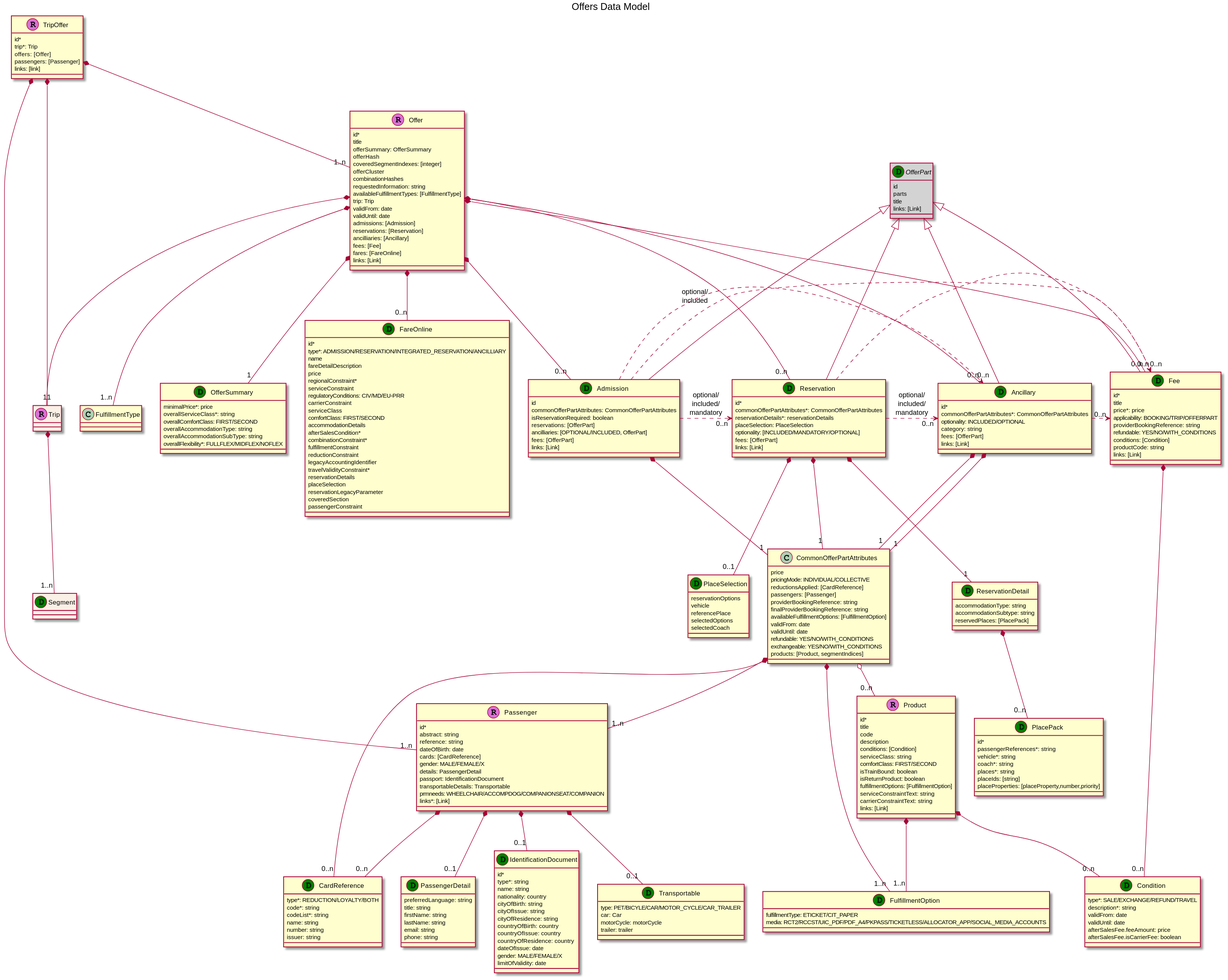
Above: images/models/offers-data-model.svg in UnionInternationalCheminsdeFer/OSDM (PlantUML), before the change.
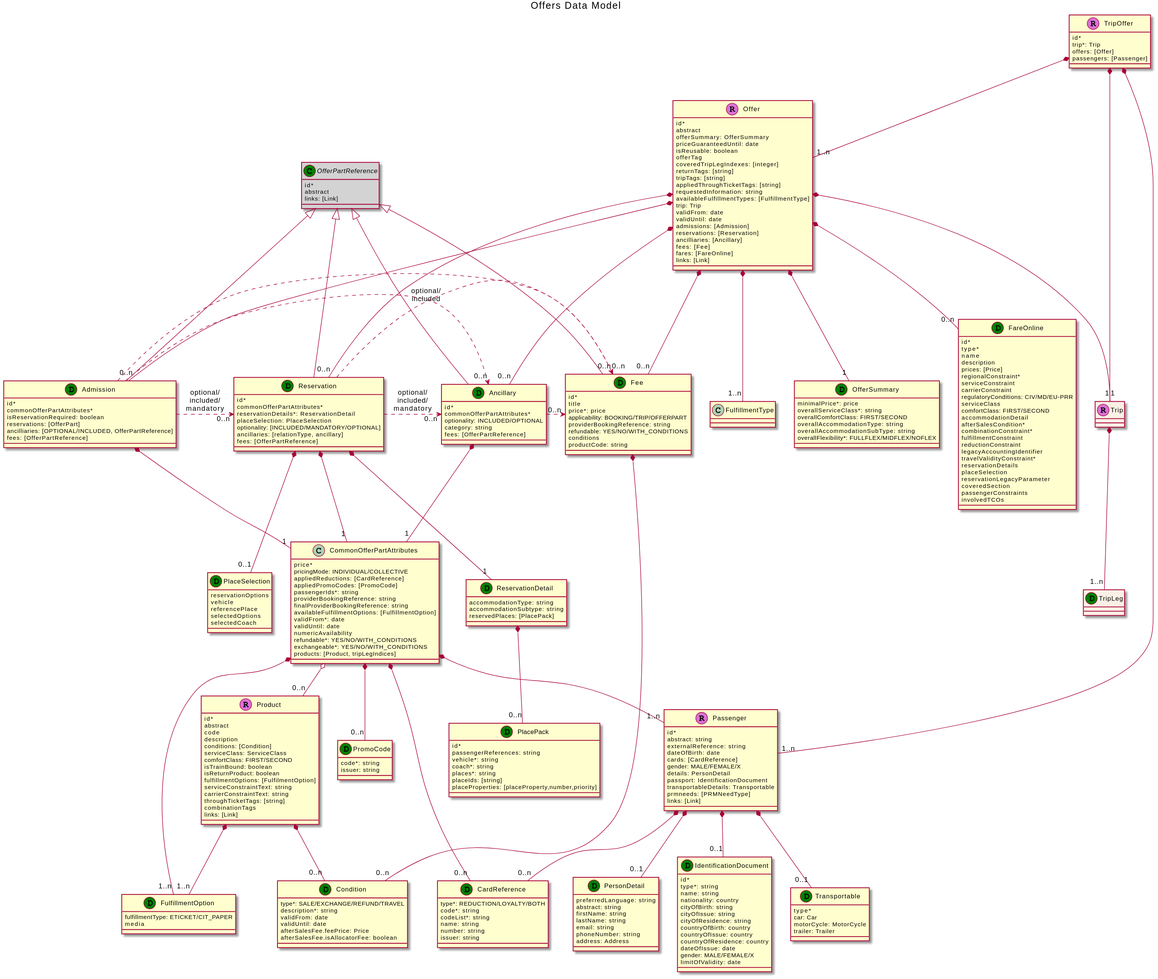
Later version of the same file.

Change to the diagram source:
```diff
@@ -4,17 +4,16 @@
 class Trip <<R,Orchid>> #linen {
 }
 
-Trip *-- "1..n" Segment
+Trip *-- "1..n" TripLeg
 
-class Segment <<D, Green>> #linen {
+class TripLeg <<D, Green>> #linen {
 }
 
 class TripOffer <<R,orchid>>  {
-id*
-trip*: Trip
-offers: [Offer]
-passengers: [Passenger]
-links: [link]
+  id*
+  trip*: Trip
+  offers: [Offer]
+  passengers: [Passenger]
 }
 
 TripOffer *-- "1..n" Offer
@@ -22,24 +21,27 @@
 TripOffer *-- "1" Trip
 
 class Offer <<R,orchid>> {
-id*
-title
-offerSummary: OfferSummary
-offerHash
-coveredSegmentIndexes: [integer]
-offerCluster
-combinationHashes
-requestedInformation: string
-availableFulfillmentTypes: [FulfillmentType]
-trip: Trip
-validFrom: date
-validUntil: date
-admissions: [Admission]
-reservations: [Reservation]
-ancilliaries: [Ancillary]
-fees: [Fee]
-fares: [FareOnline]
-links: [Link]
+  id*
+  abstract
+  offerSummary: OfferSummary
+  priceGuaranteedUntil: date
+  isReusable: boolean
+  offerTag
+  coveredTripLegIndexes: [integer]
+  returnTags: [string]
+  tripTags: [string]
+  appliedThroughTicketTags: [string]
+  requestedInformation: string
+  availableFulfillmentTypes: [FulfillmentType]
+  trip: Trip
+  validFrom: date
+  validUntil: date
+  admissions: [Admission]
+  reservations: [Reservation]
+  ancilliaries: [Ancillary]
+  fees: [Fee]
+  fares: [FareOnline]
+  links: [Link]
 }
 
 Offer *-- "0..n" Admission
@@ -60,60 +62,59 @@
   overallFlexibility*: FULLFLEX/MIDFLEX/NOFLEX
 }
 
-abstract class OfferPart <<D,green>> #lightgrey {
-id
-parts
-title
-links: [Link]
+abstract class OfferPartReference <<C,green>> #lightgrey {
+  id*
+  abstract
+  links: [Link]
 }
 
-OfferPart <|-- Admission
-OfferPart <|-- Reservation
-OfferPart <|-- Ancillary
-OfferPart <|-- Fee
+OfferPartReference <|-- Admission
+OfferPartReference <|-- Reservation
+OfferPartReference <|-- Ancillary
+OfferPartReference <|-- Fee
 
 class CommonOfferPartAttributes {
-  price
+  price*
   pricingMode: INDIVIDUAL/COLLECTIVE
-  reductionsApplied: [CardReference]
-  passengers: [Passenger]
+  appliedReductions: [CardReference]
+  appliedPromoCodes: [PromoCode]
+  passengerIds*: string
   providerBookingReference: string
   finalProviderBookingReference: string
   availableFulfillmentOptions: [FulfillmentOption]
-  validFrom: date
+  validFrom*: date
   validUntil: date
-  refundable: YES/NO/WITH_CONDITIONS
-  exchangeable: YES/NO/WITH_CONDITIONS
-  products: [Product, segmentIndices]
+  numericAvailability
+  refundable*: YES/NO/WITH_CONDITIONS
+  exchangeable*: YES/NO/WITH_CONDITIONS
+  products: [Product, tripLegIndices]
 }
 
 CommonOfferPartAttributes *-- "0..n" CardReference
+CommonOfferPartAttributes *-- "0..n" PromoCode
 CommonOfferPartAttributes *-- "1..n" Passenger
 CommonOfferPartAttributes *-- "1..n" FulfillmentOption
 CommonOfferPartAttributes o-- "0..n" Product
 
 class Ancillary <<D,green>> {
   id*
-  commonOfferPartAttributes*: CommonOfferPartAttributes
+  commonOfferPartAttributes*
   optionality: INCLUDED/OPTIONAL
   category: string
-  fees: [OfferPart]
-  links: [Link]
+  fees: [OfferPartReference]
 }
 
-Ancillary *-- "1" CommonOfferPartAttributes
 Ancillary *-- "1" CommonOfferPartAttributes
 Ancillary .>"0..n" Fee
 
 
 class Admission <<D,green>> {
-  id
-  commonOfferPartAttributes: CommonOfferPartAttributes
+  id*
+  commonOfferPartAttributes*
   isReservationRequired: boolean
   reservations: [OfferPart]
-  ancilliaries: [OPTIONAL/INCLUDED, OfferPart]
-  fees: [OfferPart]
-  links: [Link]
+  ancilliaries: [OPTIONAL/INCLUDED, OfferPartReference]
+  fees: [OfferPartReference]
 }
 
 Admission *-- "1" CommonOfferPartAttributes
@@ -123,12 +124,12 @@
 
 class Reservation <<D,green>> {
   id*
-  commonOfferPartAttributes*: CommonOfferPartAttributes
-  reservationDetails*: reservationDetails
+  commonOfferPartAttributes*
+  reservationDetails*: ReservationDetail
   placeSelection: PlaceSelection
   optionality: [INCLUDED/MANDATORY/OPTIONAL]
-  fees: [OfferPart]
-  links: [Link]
+  ancillaries: [relationType, ancillary]
+  fees: [OfferPartReference]
 }
 
 Reservation *-- "1" CommonOfferPartAttributes
@@ -138,16 +139,16 @@
 Reservation .>"0..n" Ancillary:optional/\nincluded/\nmandatory
 
 class ReservationDetail<<D,green>> {
-accommodationType: string
-accommodationSubtype: string
-reservedPlaces: [PlacePack]
+  accommodationType: string
+  accommodationSubtype: string
+  reservedPlaces: [PlacePack]
 }
 
 ReservationDetail *-- "0..n" PlacePack
 
 class PlacePack<<D,green>> {
   id*
-  passengerReferences*: string
+  passengerReferences: string
   vehicle*: string
   coach*: string
   places*: string
@@ -156,11 +157,11 @@
 }
 
 class PlaceSelection<<D,green>> {
-reservationOptions
-vehicle
-referencePlace
-selectedOptions
-selectedCoach
+  reservationOptions
+  vehicle
+  referencePlace
+  selectedOptions
+  selectedCoach
 }
 
 class Fee<<D,green>> {
@@ -170,27 +171,28 @@
   applicability: BOOKING/TRIP/OFFERPART
   providerBookingReference: string
   refundable: YES/NO/WITH_CONDITIONS
-  conditions: [Condition]
+  conditions
   productCode: string
-  links: [Link]
 }
 
 Fee *-- "0..n" Condition
 
 class Product <<R,orchid>> {
-id*
-title
-code
-description
-conditions: [Condition]
-serviceClass: string
-comfortClass: FIRST/SECOND
-isTrainBound: boolean
-isReturnProduct: boolean
-fulfillmentOptions: [FulfillmentOption]
-serviceConstraintText: string
-carrierConstraintText: string
-links: [Link]
+  id*
+  abstract
+  code
+  description
+  conditions: [Condition]
+  serviceClass: ServiceClass
+  comfortClass: FIRST/SECOND
+  isTrainBound: boolean
+  isReturnProduct: boolean
+  fulfillmentOptions: [FulfilmentOption]
+  serviceConstraintText: string
+  carrierConstraintText: string
+  throughTicketTags: [string]
+  combinationTags
+  links: [Link]
 }
 
 Product *-- "0..n" Condition
@@ -201,41 +203,42 @@
   description*: string
   validFrom: date
   validUntil: date
-  afterSalesFee.feeAmount: price
-  afterSalesFee.isCarrierFee: boolean
+  afterSalesFee.feePrice: Price
+  afterSalesFee.isAllocatorFee: boolean
 }
 
 class FulfillmentOption<<D,green>> {
   fulfillmentType: ETICKET/CIT_PAPER
-  media: RCT2/RCCST/UIC_PDF/PDF_A4/PKPASS/TICKETLESS/ALLOCATOR_APP/SOCIAL_MEDIA_ACCOUNTS
+  media
 }
 
 class Passenger <<R, orchid>> {
-id*
-abstract: string
-reference: string
-dateOfBirth: date
-cards: [CardReference]
-gender: MALE/FEMALE/X
-details: PassengerDetail
-passport: IdentificationDocument
-transportableDetails: Transportable
-prmneeds: WHEELCHAIR/ACCOMPDOG/COMPANIONSEAT/COMPANION
-links*: [Link]
+  id*
+  abstract: string
+  externalReference: string
+  dateOfBirth: date
+  cards: [CardReference]
+  gender: MALE/FEMALE/X
+  details: PersonDetail
+  passport: IdentificationDocument
+  transportableDetails: Transportable
+  prmneeds: [PRMNeedType]
+  links: [Link]
 }
 
 Passenger *-- "0..n" CardReference
-Passenger *-- "0..1" PassengerDetail
+Passenger *-- "0..1" PersonDetail
 Passenger *-- "0..1" IdentificationDocument
 Passenger *-- "0..1" Transportable
 
-class PassengerDetail<<D,green>> {
+class PersonDetail<<D,green>> {
   preferredLanguage: string
-  title: string
+  abstract: string
   firstName: string
   lastName: string
   email: string
-  phone: string
+  phoneNumber: string
+  address: Address
 }
 
 class CardReference<<D,green>> {
@@ -244,6 +247,12 @@
   codeList*: string
   name: string
   number: string
+  issuer: string
+}
+
+
+class PromoCode<<D,green>> {
+  code*: string
   issuer: string
 }
 
@@ -264,35 +273,36 @@
 }
 
 class Transportable<<D,green>> {
-  type: PET/BICYLE/CAR/MOTOR_CYCLE/CAR_TRAILER
+  type*
   car: Car
-  motorCycle: motorCycle
-  trailer: trailer
+  motorCycle: MotorCycle
+  trailer: Trailer
 }
 
 class FareOnline <<D,green>> {
-id*
-type*: ADMISSION/RESERVATION/INTEGRATED_RESERVATION/ANCILLIARY
-name
-fareDetailDescription
-price
-regionalConstraint*
-serviceConstraint
-regulatoryConditions: CIV/MD/EU-PRR
-carrierConstraint
-serviceClass
-comfortClass: FIRST/SECOND
-accommodationDetails
-afterSalesCondition*
-combinationConstraint*
-fulfillmentConstraint
-reductionConstraint
-legacyAccountingIdentifier
-travelValidityConstraint*
-reservationDetails
-placeSelection
-reservationLegacyParameter
-coveredSection
-passengerConstraint
+  id*
+  type*
+  name
+  description
+  prices: [Price]
+  regionalConstraint*
+  serviceConstraint
+  carrierConstraint
+  regulatoryConditions: CIV/MD/EU-PRR
+  serviceClass
+  comfortClass: FIRST/SECOND
+  accommodationDetail
+  afterSalesCondition*
+  combinationConstraint*
+  fulfillmentConstraint
+  reductionConstraint
+  legacyAccountingIdentifier
+  travelValidityConstraint*
+  reservationDetails
+  placeSelection
+  reservationLegacyParameter
+  coveredSection
+  passengerConstraints
+  involvedTCOs
 }
 @enduml
```
